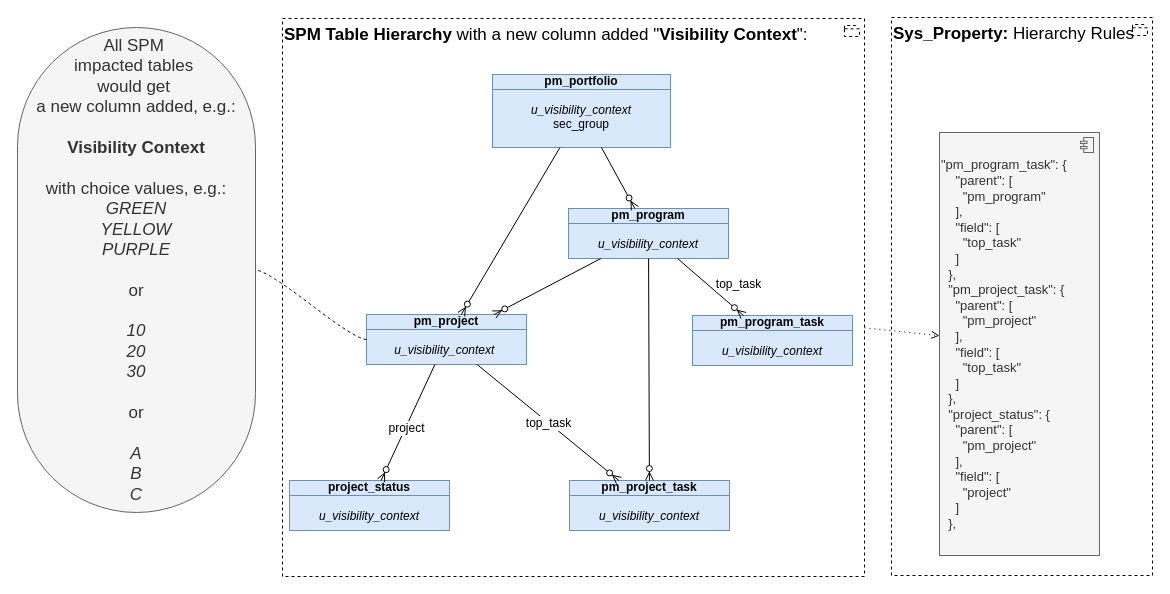
algimas/tmp keeps this draw.io diagram as page "hier1" (4 of 20) of Sar.drawio. Above is the earlier version. Source tidied: cells renumbered, new cells numbered last; positions are measured from the earlier drawing's top-left corner, leaving out a move shared by most shapes. Both pictures are drawn from the tidied source at 100%, with x=0, y=0 at pixel (17, 17).
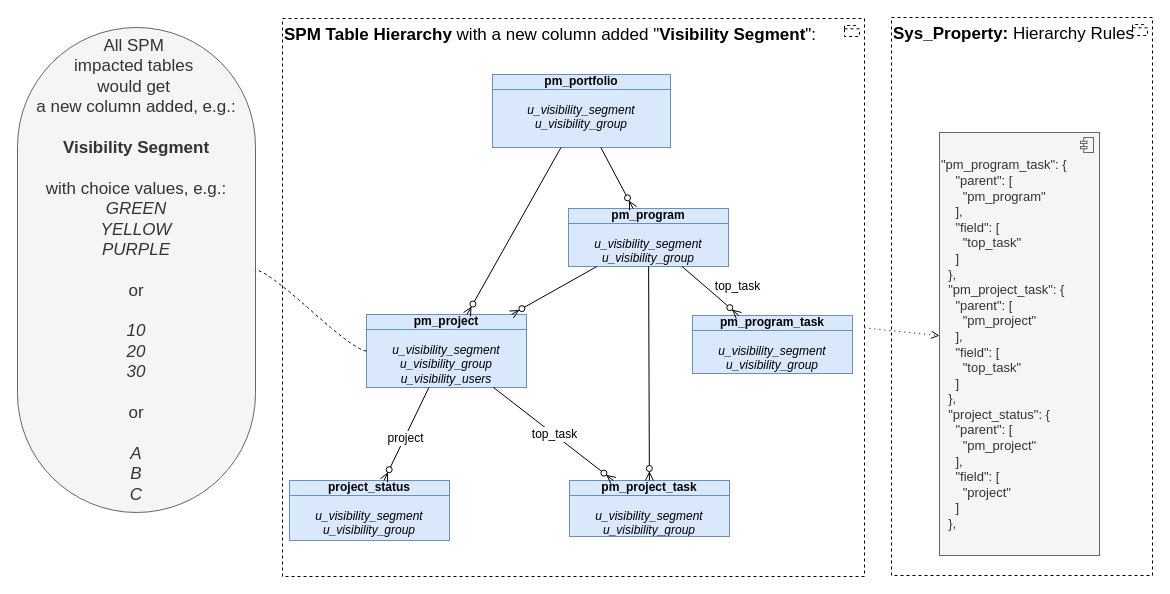
The same diagram, later.

The edit, as a diff of the source:
```diff
@@
-    <mxCell id="3" value="&lt;b&gt;SPM Table Hierarchy&lt;/b&gt;&amp;nbsp;with a new column added &quot;&lt;b&gt;Visibility Context&lt;/b&gt;&quot;:" style="html=1;outlineConnect=0;whiteSpace=wrap;shape=mxgraph.archimate3.application;appType=grouping;archiType=square;dashed=1;fillColor=none;verticalAlign=top;align=left;fontSize=17;" parent="1" vertex="1">
+    <mxCell id="3" value="&lt;b&gt;SPM Table Hierarchy&lt;/b&gt;&amp;nbsp;with a new column added &quot;&lt;b&gt;Visibility Segment&lt;/b&gt;&quot;:" style="html=1;outlineConnect=0;whiteSpace=wrap;shape=mxgraph.archimate3.application;appType=grouping;archiType=square;dashed=1;fillColor=none;verticalAlign=top;align=left;fontSize=17;" parent="1" vertex="1">
       <mxGeometry x="265" y="1" width="582" height="558" as="geometry" />
     </mxCell>
-    <mxCell id="4" value="&lt;div&gt;&lt;b&gt;pm_project&lt;/b&gt;&lt;/div&gt;&lt;div&gt;&lt;br&gt;&lt;/div&gt;&lt;div&gt;&lt;i&gt;u_visibility_context&lt;/i&gt;&amp;nbsp;&lt;/div&gt;" style="html=1;outlineConnect=0;whiteSpace=wrap;fillColor=#dae8fc;shape=mxgraph.archimate3.businessObject;overflow=fill;strokeColor=#6c8ebf;fontStyle=0;fontSize=12;" parent="1" vertex="1">
-      <mxGeometry x="349" y="297" width="160" height="50" as="geometry" />
+    <mxCell id="4" value="&lt;div&gt;&lt;b&gt;pm_project&lt;/b&gt;&lt;/div&gt;&lt;div&gt;&lt;div&gt;&lt;i&gt;&lt;br&gt;&lt;/i&gt;&lt;/div&gt;&lt;div&gt;&lt;i&gt;u_visibility_segment&lt;/i&gt;&lt;/div&gt;&lt;div&gt;&lt;i&gt;u_visibility_group&lt;/i&gt;&lt;/div&gt;&lt;div&gt;&lt;i&gt;u_visibility_users&lt;/i&gt;&lt;/div&gt;&lt;br&gt;&lt;/div&gt;" style="html=1;outlineConnect=0;whiteSpace=wrap;fillColor=#dae8fc;shape=mxgraph.archimate3.businessObject;overflow=fill;strokeColor=#6c8ebf;fontStyle=0;fontSize=12;" parent="1" vertex="1">
+      <mxGeometry x="349" y="297" width="160" height="73" as="geometry" />
     </mxCell>
-    <mxCell id="5" value="&lt;div&gt;&lt;b&gt;pm_program_task&lt;/b&gt;&lt;/div&gt;&lt;div&gt;&lt;br&gt;&lt;/div&gt;&lt;div&gt;&lt;i&gt;u_visibility_context&lt;/i&gt;&lt;/div&gt;" style="html=1;outlineConnect=0;whiteSpace=wrap;fillColor=#dae8fc;shape=mxgraph.archimate3.businessObject;overflow=fill;strokeColor=#6c8ebf;fontStyle=0;fontSize=12;" parent="1" vertex="1">
-      <mxGeometry x="675" y="298" width="160" height="50" as="geometry" />
+    <mxCell id="5" value="&lt;div&gt;&lt;b&gt;pm_program_task&lt;/b&gt;&lt;/div&gt;&lt;div&gt;&lt;i&gt;&lt;br&gt;&lt;/i&gt;&lt;/div&gt;&lt;div&gt;&lt;i&gt;u_visibility_segment&lt;/i&gt;&lt;/div&gt;&lt;div&gt;&lt;i&gt;u_visibility_group&lt;/i&gt;&lt;/div&gt;" style="html=1;outlineConnect=0;whiteSpace=wrap;fillColor=#dae8fc;shape=mxgraph.archimate3.businessObject;overflow=fill;strokeColor=#6c8ebf;fontStyle=0;fontSize=12;" parent="1" vertex="1">
+      <mxGeometry x="675" y="298" width="160" height="58" as="geometry" />
     </mxCell>
-    <mxCell id="6" value="&lt;div&gt;&lt;span&gt;&lt;b&gt;pm_portfolio&lt;/b&gt;&lt;/span&gt;&lt;/div&gt;&lt;div&gt;&lt;br&gt;&lt;/div&gt;&lt;div&gt;&lt;i&gt;u_visibility_context&lt;/i&gt;&lt;/div&gt;&lt;div&gt;sec_group&lt;/div&gt;" style="html=1;outlineConnect=0;whiteSpace=wrap;fillColor=#dae8fc;shape=mxgraph.archimate3.businessObject;overflow=fill;strokeColor=#6c8ebf;fontStyle=0;fontSize=12;" parent="1" vertex="1">
+    <mxCell id="6" value="&lt;div&gt;&lt;span&gt;&lt;b&gt;pm_portfolio&lt;/b&gt;&lt;/span&gt;&lt;/div&gt;&lt;div&gt;&lt;br&gt;&lt;/div&gt;&lt;div&gt;&lt;i&gt;u_visibility_segment&lt;/i&gt;&lt;/div&gt;&lt;div&gt;&lt;i&gt;u_visibility_group&lt;/i&gt;&lt;/div&gt;" style="html=1;outlineConnect=0;whiteSpace=wrap;fillColor=#dae8fc;shape=mxgraph.archimate3.businessObject;overflow=fill;strokeColor=#6c8ebf;fontStyle=0;fontSize=12;" parent="1" vertex="1">
       <mxGeometry x="475" y="57" width="178" height="73" as="geometry" />
     </mxCell>
-    <mxCell id="7" value="&lt;div&gt;&lt;b&gt;project_status&lt;/b&gt;&lt;/div&gt;&lt;div&gt;&lt;br&gt;&lt;/div&gt;&lt;div&gt;&lt;i&gt;u_visibility_context&lt;/i&gt;&lt;/div&gt;" style="html=1;outlineConnect=0;whiteSpace=wrap;fillColor=#dae8fc;shape=mxgraph.archimate3.businessObject;overflow=fill;strokeColor=#6c8ebf;fontStyle=0;fontSize=12;" parent="1" vertex="1">
-      <mxGeometry x="272" y="463" width="160" height="50" as="geometry" />
+    <mxCell id="7" value="&lt;div&gt;&lt;b&gt;project_status&lt;/b&gt;&lt;/div&gt;&lt;div&gt;&lt;div&gt;&lt;i&gt;&lt;br&gt;&lt;/i&gt;&lt;/div&gt;&lt;div&gt;&lt;i&gt;u_visibility_segment&lt;/i&gt;&lt;/div&gt;&lt;div&gt;&lt;i&gt;u_visibility_group&lt;/i&gt;&lt;/div&gt;&lt;br&gt;&lt;/div&gt;" style="html=1;outlineConnect=0;whiteSpace=wrap;fillColor=#dae8fc;shape=mxgraph.archimate3.businessObject;overflow=fill;strokeColor=#6c8ebf;fontStyle=0;fontSize=12;" parent="1" vertex="1">
+      <mxGeometry x="272" y="463" width="160" height="60" as="geometry" />
     </mxCell>
@@
-    <mxCell id="10" value="&lt;div&gt;&lt;b&gt;pm_project_task&lt;/b&gt;&lt;/div&gt;&lt;div&gt;&lt;br&gt;&lt;/div&gt;&lt;div&gt;&lt;i&gt;u_visibility_context&lt;/i&gt;&lt;/div&gt;" style="html=1;outlineConnect=0;whiteSpace=wrap;fillColor=#dae8fc;shape=mxgraph.archimate3.businessObject;overflow=fill;strokeColor=#6c8ebf;fontStyle=0;fontSize=12;" parent="1" vertex="1">
-      <mxGeometry x="552" y="463" width="160" height="50" as="geometry" />
+    <mxCell id="10" value="&lt;div&gt;&lt;b&gt;pm_project_task&lt;/b&gt;&lt;/div&gt;&lt;div&gt;&lt;div&gt;&lt;i&gt;&lt;br&gt;&lt;/i&gt;&lt;/div&gt;&lt;div&gt;&lt;i&gt;u_visibility_segment&lt;/i&gt;&lt;/div&gt;&lt;div&gt;&lt;i&gt;u_visibility_group&lt;/i&gt;&lt;/div&gt;&lt;/div&gt;" style="html=1;outlineConnect=0;whiteSpace=wrap;fillColor=#dae8fc;shape=mxgraph.archimate3.businessObject;overflow=fill;strokeColor=#6c8ebf;fontStyle=0;fontSize=12;" parent="1" vertex="1">
+      <mxGeometry x="552" y="463" width="160" height="56" as="geometry" />
     </mxCell>
-    <mxCell id="11" value="&lt;div&gt;&lt;b&gt;pm_program&lt;/b&gt;&lt;/div&gt;&lt;div&gt;&lt;br&gt;&lt;/div&gt;&lt;div&gt;&lt;i&gt;u_visibility_context&lt;/i&gt;&lt;/div&gt;&lt;div&gt;&lt;br&gt;&lt;/div&gt;&lt;div&gt;&lt;br&gt;&lt;/div&gt;" style="html=1;outlineConnect=0;whiteSpace=wrap;fillColor=#dae8fc;shape=mxgraph.archimate3.businessObject;overflow=fill;strokeColor=#6c8ebf;fontStyle=0;fontSize=12;" parent="1" vertex="1">
-      <mxGeometry x="551" y="191" width="160" height="50" as="geometry" />
+    <mxCell id="11" value="&lt;div&gt;&lt;b&gt;pm_program&lt;/b&gt;&lt;/div&gt;&lt;div&gt;&lt;div&gt;&lt;i&gt;&lt;br&gt;&lt;/i&gt;&lt;/div&gt;&lt;div&gt;&lt;i&gt;u_visibility_segment&lt;/i&gt;&lt;/div&gt;&lt;div&gt;&lt;i&gt;u_visibility_group&lt;/i&gt;&lt;/div&gt;&lt;/div&gt;&lt;div&gt;&lt;br&gt;&lt;/div&gt;&lt;div&gt;&lt;br&gt;&lt;/div&gt;" style="html=1;outlineConnect=0;whiteSpace=wrap;fillColor=#dae8fc;shape=mxgraph.archimate3.businessObject;overflow=fill;strokeColor=#6c8ebf;fontStyle=0;fontSize=12;" parent="1" vertex="1">
+      <mxGeometry x="551" y="191" width="160" height="58" as="geometry" />
     </mxCell>
@@
-    <mxCell id="20" value="&lt;div&gt;All SPM&amp;nbsp;&lt;/div&gt;&lt;div&gt;impacted tables&amp;nbsp;&lt;/div&gt;&lt;div&gt;would get&amp;nbsp;&lt;/div&gt;&lt;div&gt;a new&amp;nbsp;column added, e.g.:&lt;/div&gt;&lt;div&gt;&lt;br&gt;&lt;/div&gt;&lt;div&gt;&lt;b&gt;Visibility Context&lt;/b&gt;&lt;/div&gt;&lt;div&gt;&lt;br&gt;&lt;/div&gt;&lt;div&gt;with choice values, e.g.:&lt;/div&gt;&lt;div&gt;&lt;i&gt;GREEN&lt;/i&gt;&lt;/div&gt;&lt;div&gt;&lt;i&gt;YELLOW&lt;/i&gt;&lt;/div&gt;&lt;div&gt;&lt;i&gt;PURPLE&lt;/i&gt;&lt;/div&gt;&lt;div&gt;&lt;br&gt;&lt;/div&gt;&lt;div&gt;or&lt;/div&gt;&lt;div&gt;&lt;br&gt;&lt;/div&gt;&lt;div&gt;&lt;i&gt;10&lt;/i&gt;&lt;/div&gt;&lt;div&gt;&lt;i&gt;20&lt;/i&gt;&lt;/div&gt;&lt;div&gt;&lt;i&gt;30&lt;/i&gt;&lt;/div&gt;&lt;div&gt;&lt;br&gt;&lt;/div&gt;&lt;div&gt;or&lt;/div&gt;&lt;div&gt;&lt;br&gt;&lt;/div&gt;&lt;div&gt;&lt;i&gt;A&lt;/i&gt;&lt;/div&gt;&lt;div&gt;&lt;i&gt;B&lt;/i&gt;&lt;/div&gt;&lt;div&gt;&lt;i&gt;C&lt;/i&gt;&lt;/div&gt;" style="whiteSpace=wrap;html=1;rounded=1;arcSize=50;align=center;verticalAlign=middle;strokeWidth=1;spacing=4;newEdgeStyle={&quot;edgeStyle&quot;:&quot;entityRelationEdgeStyle&quot;,&quot;startArrow&quot;:&quot;none&quot;,&quot;endArrow&quot;:&quot;none&quot;,&quot;segment&quot;:10,&quot;curved&quot;:1,&quot;sourcePerimeterSpacing&quot;:0,&quot;targetPerimeterSpacing&quot;:0};fillColor=#f5f5f5;strokeColor=#666666;fontColor=#333333;fontSize=17;" parent="1" vertex="1">
+    <mxCell id="20" value="&lt;div&gt;All SPM&amp;nbsp;&lt;/div&gt;&lt;div&gt;impacted tables&amp;nbsp;&lt;/div&gt;&lt;div&gt;would get&amp;nbsp;&lt;/div&gt;&lt;div&gt;a new&amp;nbsp;column added, e.g.:&lt;/div&gt;&lt;div&gt;&lt;br&gt;&lt;/div&gt;&lt;div&gt;&lt;b&gt;Visibility Segment&lt;/b&gt;&lt;/div&gt;&lt;div&gt;&lt;br&gt;&lt;/div&gt;&lt;div&gt;with choice values, e.g.:&lt;/div&gt;&lt;div&gt;&lt;i&gt;GREEN&lt;/i&gt;&lt;/div&gt;&lt;div&gt;&lt;i&gt;YELLOW&lt;/i&gt;&lt;/div&gt;&lt;div&gt;&lt;i&gt;PURPLE&lt;/i&gt;&lt;/div&gt;&lt;div&gt;&lt;br&gt;&lt;/div&gt;&lt;div&gt;or&lt;/div&gt;&lt;div&gt;&lt;br&gt;&lt;/div&gt;&lt;div&gt;&lt;i&gt;10&lt;/i&gt;&lt;/div&gt;&lt;div&gt;&lt;i&gt;20&lt;/i&gt;&lt;/div&gt;&lt;div&gt;&lt;i&gt;30&lt;/i&gt;&lt;/div&gt;&lt;div&gt;&lt;br&gt;&lt;/div&gt;&lt;div&gt;or&lt;/div&gt;&lt;div&gt;&lt;br&gt;&lt;/div&gt;&lt;div&gt;&lt;i&gt;A&lt;/i&gt;&lt;/div&gt;&lt;div&gt;&lt;i&gt;B&lt;/i&gt;&lt;/div&gt;&lt;div&gt;&lt;i&gt;C&lt;/i&gt;&lt;/div&gt;" style="whiteSpace=wrap;html=1;rounded=1;arcSize=50;align=center;verticalAlign=middle;strokeWidth=1;spacing=4;newEdgeStyle={&quot;edgeStyle&quot;:&quot;entityRelationEdgeStyle&quot;,&quot;startArrow&quot;:&quot;none&quot;,&quot;endArrow&quot;:&quot;none&quot;,&quot;segment&quot;:10,&quot;curved&quot;:1,&quot;sourcePerimeterSpacing&quot;:0,&quot;targetPerimeterSpacing&quot;:0};fillColor=#f5f5f5;strokeColor=#666666;fontColor=#333333;fontSize=17;" parent="1" vertex="1">
       <mxGeometry y="10" width="238" height="485" as="geometry" />
     </mxCell>
```
